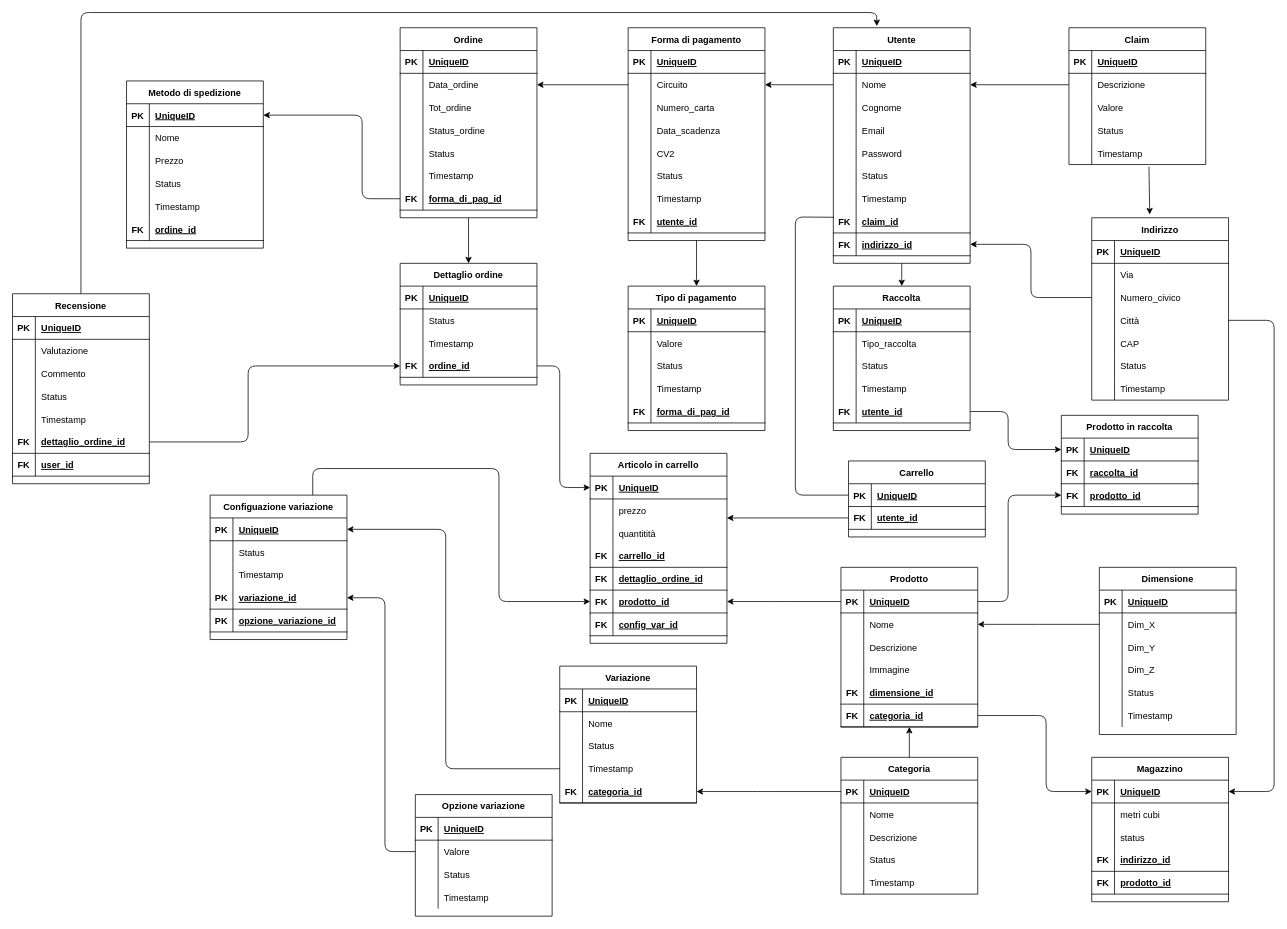
Above: doc/modello_logico.drawio in EndriDomiUni/E-commerce (draw.io), before the change. Source tidied: cells renumbered, new cells numbered last; positions are measured from the earlier drawing's top-left corner, leaving out a move shared by most shapes. Both pictures are drawn from the tidied source at 76%, with x=0, y=0 at pixel (12, 12).
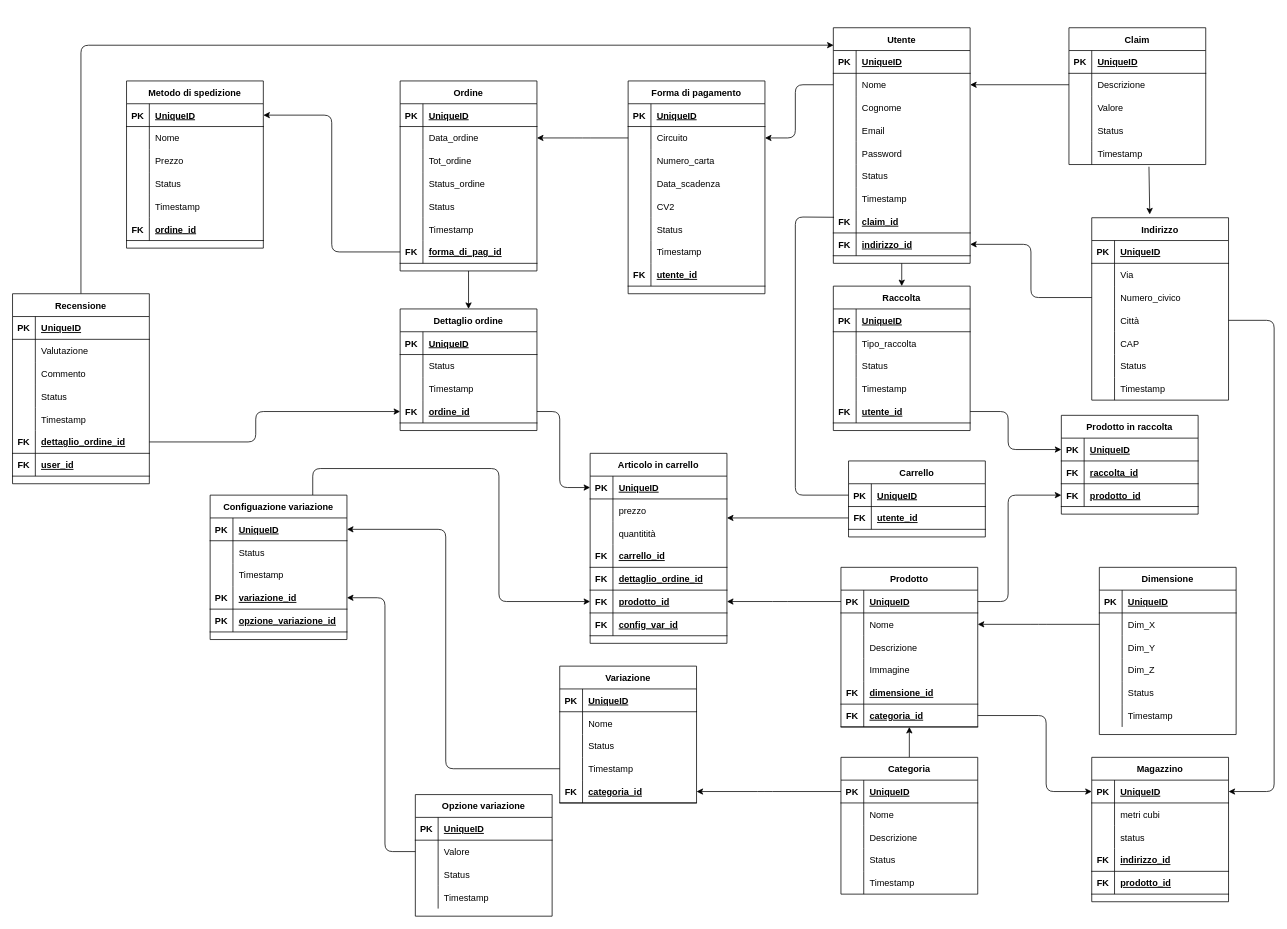
After the change.

Commit message:
Update modello_logico

The change refers to these unchanged cells:
```xml
<mxCell id="3" value="Utente" style="shape=table;startSize=30;childLayout=tableLayout;rowLines=0;fontStyle=1;align=center;" parent="1" vertex="1">
  <mxGeometry x="1080" y="20" width="180" height="310" as="geometry" />
</mxCell>
<mxCell id="7" style="shape=partialRectangle;fillColor=none;top=0;left=0;bottom=0;right=0;points=[[0,0.5],[1,0.5]];portConstraint=eastwest;" parent="3" vertex="1">
  <mxGeometry y="60" width="180" height="30" as="geometry" />
</mxCell>
<mxCell id="92" style="shape=partialRectangle;fillColor=none;top=0;left=0;bottom=0;right=0;points=[[0,0.5],[1,0.5]];portConstraint=eastwest;" parent="88" vertex="1">
  <mxGeometry y="60" width="180" height="30" as="geometry" />
</mxCell>
<mxCell id="134" style="shape=partialRectangle;fillColor=none;top=0;left=0;bottom=0;right=0;points=[[0,0.5],[1,0.5]];portConstraint=eastwest;" parent="130" vertex="1">
  <mxGeometry y="60" width="180" height="30" as="geometry" />
</mxCell>
<mxCell id="149" style="shape=partialRectangle;fillColor=none;top=0;left=0;bottom=1;right=0;points=[[0,0.5],[1,0.5]];portConstraint=eastwest;" parent="130" vertex="1">
  <mxGeometry y="210" width="180" height="30" as="geometry" />
</mxCell>
<mxCell id="162" style="shape=partialRectangle;fillColor=none;top=0;left=0;bottom=1;right=0;points=[[0,0.5],[1,0.5]];portConstraint=eastwest;" parent="152" vertex="1">
  <mxGeometry y="120" width="180" height="30" as="geometry" />
</mxCell>
<mxCell id="166" style="shape=partialRectangle;fillColor=none;top=0;left=0;bottom=1;right=0;points=[[0,0.5],[1,0.5]];portConstraint=eastwest;" parent="165" vertex="1">
  <mxGeometry y="30" width="180" height="30" as="geometry" />
</mxCell>
<mxCell id="194" style="shape=partialRectangle;fillColor=none;top=0;left=0;bottom=1;right=0;points=[[0,0.5],[1,0.5]];portConstraint=eastwest;" parent="193" vertex="1">
  <mxGeometry y="30" width="180" height="30" as="geometry" />
</mxCell>
<mxCell id="357" value="Recensione" style="shape=table;startSize=30;childLayout=tableLayout;rowLines=0;fontStyle=1;align=center;" parent="1" vertex="1">
  <mxGeometry y="370" width="180" height="250" as="geometry" />
</mxCell>
<mxCell id="373" style="shape=partialRectangle;fillColor=none;top=0;left=0;bottom=1;right=0;points=[[0,0.5],[1,0.5]];portConstraint=eastwest;" parent="357" vertex="1">
  <mxGeometry y="180" width="180" height="30" as="geometry" />
</mxCell>
```

What changed in the source:
```diff
@@
-    <mxCell id="87" style="edgeStyle=none;html=1;exitX=0.5;exitY=1;exitDx=0;exitDy=0;entryX=0.5;entryY=0;entryDx=0;entryDy=0;endArrow=classic;endFill=1;" parent="1" edge="1" source="88" target="113">
-      <mxGeometry relative="1" as="geometry" />
-    </mxCell>
     <mxCell id="88" value="Forma di pagamento" style="shape=table;startSize=30;childLayout=tableLayout;rowLines=0;fontStyle=1;align=center;" parent="1" vertex="1">
-      <mxGeometry x="810" y="20" width="180" height="280" as="geometry" />
+      <mxGeometry x="810" y="90" width="180" height="280" as="geometry" />
     </mxCell>
@@
-    <mxCell id="113" value="Tipo di pagamento" style="shape=table;startSize=30;childLayout=tableLayout;rowLines=0;fontStyle=1;align=center;" parent="1" vertex="1">
-      <mxGeometry x="810" y="360" width="180" height="190" as="geometry" />
-    </mxCell>
-    <mxCell id="114" style="shape=partialRectangle;fillColor=none;top=0;left=0;bottom=1;right=0;" parent="113" vertex="1">
-      <mxGeometry y="30" width="180" height="30" as="geometry" />
-    </mxCell>
-    <mxCell id="115" value="PK" style="shape=partialRectangle;fillColor=none;top=0;left=0;bottom=0;right=0;fontStyle=1;overflow=hidden;" parent="114" vertex="1">
-      <mxGeometry width="30" height="30" as="geometry" />
-    </mxCell>
-    <mxCell id="116" value="UniqueID" style="shape=partialRectangle;fillColor=none;top=0;left=0;bottom=0;right=0;align=left;spacingLeft=6;fontStyle=5;overflow=hidden;" parent="114" vertex="1">
-      <mxGeometry x="30" width="150" height="30" as="geometry" />
-    </mxCell>
-    <mxCell id="117" style="shape=partialRectangle;fillColor=none;top=0;left=0;bottom=0;right=0;" parent="113" vertex="1">
-      <mxGeometry y="60" width="180" height="30" as="geometry" />
-    </mxCell>
-    <mxCell id="118" style="shape=partialRectangle;fillColor=none;top=0;left=0;bottom=0;right=0;overflow=hidden;" parent="117" vertex="1">
-      <mxGeometry width="30" height="30" as="geometry" />
-    </mxCell>
-    <mxCell id="119" value="Valore" style="shape=partialRectangle;fillColor=none;top=0;left=0;bottom=0;right=0;align=left;spacingLeft=6;overflow=hidden;" parent="117" vertex="1">
-      <mxGeometry x="30" width="150" height="30" as="geometry" />
-    </mxCell>
-    <mxCell id="120" style="shape=partialRectangle;fillColor=none;top=0;left=0;bottom=0;right=0;" parent="113" vertex="1">
-      <mxGeometry y="90" width="180" height="30" as="geometry" />
-    </mxCell>
-    <mxCell id="121" style="shape=partialRectangle;fillColor=none;top=0;left=0;bottom=0;right=0;overflow=hidden;" parent="120" vertex="1">
-      <mxGeometry width="30" height="30" as="geometry" />
-    </mxCell>
-    <mxCell id="122" value="Status" style="shape=partialRectangle;fillColor=none;top=0;left=0;bottom=0;right=0;align=left;spacingLeft=6;overflow=hidden;" parent="120" vertex="1">
-      <mxGeometry x="30" width="150" height="30" as="geometry" />
-    </mxCell>
-    <mxCell id="123" style="shape=partialRectangle;fillColor=none;top=0;left=0;bottom=0;right=0;" parent="113" vertex="1">
-      <mxGeometry y="120" width="180" height="30" as="geometry" />
-    </mxCell>
-    <mxCell id="124" style="shape=partialRectangle;fillColor=none;top=0;left=0;bottom=0;right=0;overflow=hidden;" parent="123" vertex="1">
-      <mxGeometry width="30" height="30" as="geometry" />
-    </mxCell>
-    <mxCell id="125" value="Timestamp" style="shape=partialRectangle;fillColor=none;top=0;left=0;bottom=0;right=0;align=left;spacingLeft=6;overflow=hidden;" parent="123" vertex="1">
-      <mxGeometry x="30" width="150" height="30" as="geometry" />
-    </mxCell>
-    <mxCell id="126" style="shape=partialRectangle;fillColor=none;top=0;left=0;bottom=1;right=0;" parent="113" vertex="1">
-      <mxGeometry y="150" width="180" height="30" as="geometry" />
-    </mxCell>
-    <mxCell id="127" value="FK" style="shape=partialRectangle;fillColor=none;top=0;left=0;bottom=0;right=0;fontStyle=1;overflow=hidden;" parent="126" vertex="1">
-      <mxGeometry width="30" height="30" as="geometry" />
-    </mxCell>
-    <mxCell id="128" value="forma_di_pag_id" style="shape=partialRectangle;fillColor=none;top=0;left=0;bottom=0;right=0;align=left;spacingLeft=6;fontStyle=5;overflow=hidden;" parent="126" vertex="1">
-      <mxGeometry x="30" width="150" height="30" as="geometry" />
-    </mxCell>
@@
     <mxCell id="130" value="Ordine" style="shape=table;startSize=30;childLayout=tableLayout;rowLines=0;fontStyle=1;align=center;" parent="1" vertex="1">
-      <mxGeometry x="510" y="20" width="180" height="250" as="geometry" />
+      <mxGeometry x="510" y="90" width="180" height="250" as="geometry" />
     </mxCell>
@@
     <mxCell id="152" value="Dettaglio ordine" style="shape=table;startSize=30;childLayout=tableLayout;rowLines=0;fontStyle=1;align=center;" parent="1" vertex="1">
-      <mxGeometry x="510" y="330" width="180" height="160" as="geometry" />
+      <mxGeometry x="510" y="390" width="180" height="160" as="geometry" />
     </mxCell>
@@
     <mxCell id="184" style="edgeStyle=none;html=1;exitX=0;exitY=0.5;exitDx=0;exitDy=0;entryX=1;entryY=0.5;entryDx=0;entryDy=0;endArrow=classic;endFill=1;" parent="1" edge="1" source="149" target="166">
       <mxGeometry relative="1" as="geometry">
         <Array as="points">
-          <mxPoint x="460" y="245" />
-          <mxPoint x="460" y="135" />
+          <mxPoint x="420" y="315" />
+          <mxPoint x="420" y="135" />
         </Array>
       </mxGeometry>
     </mxCell>
@@
     <mxCell id="237" style="edgeStyle=none;html=1;exitX=1;exitY=0.5;exitDx=0;exitDy=0;entryX=0;entryY=0.5;entryDx=0;entryDy=0;endArrow=classic;endFill=1;" parent="1" edge="1" source="162" target="194">
       <mxGeometry relative="1" as="geometry">
         <Array as="points">
-          <mxPoint x="720" y="465" />
+          <mxPoint x="720" y="525" />
           <mxPoint x="720" y="625" />
         </Array>
       </mxGeometry>
     </mxCell>
     <mxCell id="238" style="edgeStyle=none;html=1;exitX=0;exitY=0.5;exitDx=0;exitDy=0;entryX=1;entryY=0.5;entryDx=0;entryDy=0;endArrow=classic;endFill=1;" parent="1" edge="1" source="92" target="134">
-      <mxGeometry relative="1" as="geometry" />
+      <mxGeometry relative="1" as="geometry">
+        <Array as="points">
+          <mxPoint x="750" y="165" />
+        </Array>
+      </mxGeometry>
     </mxCell>
     <mxCell id="239" style="edgeStyle=none;html=1;exitX=0;exitY=0.5;exitDx=0;exitDy=0;entryX=1;entryY=0.5;entryDx=0;entryDy=0;endArrow=classic;endFill=1;" parent="1" edge="1" source="7" target="92">
-      <mxGeometry relative="1" as="geometry" />
+      <mxGeometry relative="1" as="geometry">
+        <Array as="points">
+          <mxPoint x="1030" y="95" />
+          <mxPoint x="1030" y="165" />
+        </Array>
+      </mxGeometry>
     </mxCell>
@@
-    <mxCell id="356" style="edgeStyle=none;html=1;entryX=0.318;entryY=-0.007;entryDx=0;entryDy=0;entryPerimeter=0;" parent="1" edge="1" source="357" target="3">
+    <mxCell id="356" style="edgeStyle=none;html=1;entryX=0.002;entryY=0.074;entryDx=0;entryDy=0;entryPerimeter=0;" parent="1" edge="1" source="357" target="3">
       <mxGeometry relative="1" as="geometry">
         <Array as="points">
-          <mxPoint x="90" />
-          <mxPoint x="1137" />
+          <mxPoint x="90" y="43" />
         </Array>
       </mxGeometry>
     </mxCell>
@@
     <mxCell id="379" style="edgeStyle=none;html=1;entryX=0;entryY=0.5;entryDx=0;entryDy=0;exitX=1;exitY=0.5;exitDx=0;exitDy=0;" parent="1" edge="1" source="373" target="162">
       <mxGeometry relative="1" as="geometry">
         <Array as="points">
-          <mxPoint x="310" y="565" />
-          <mxPoint x="310" y="465" />
+          <mxPoint x="320" y="565" />
+          <mxPoint x="320" y="525" />
         </Array>
       </mxGeometry>
     </mxCell>
```
